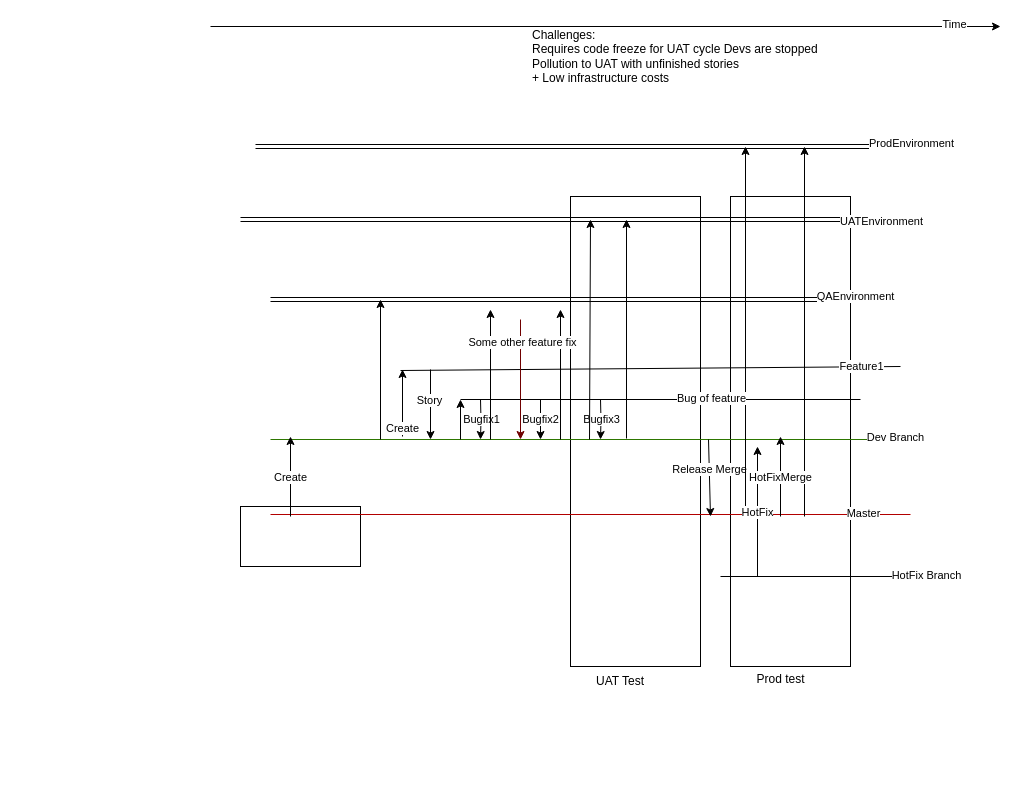
sshevchenko777/POC keeps this draw.io diagram as Current_Feature.drawio. Above is the earlier version. Source tidied: cells renumbered, new cells numbered last; positions are measured from the earlier drawing's top-left corner, leaving out a move shared by most shapes. Both pictures are drawn from the tidied source at 100%, with x=0, y=0 at pixel (210, 21).
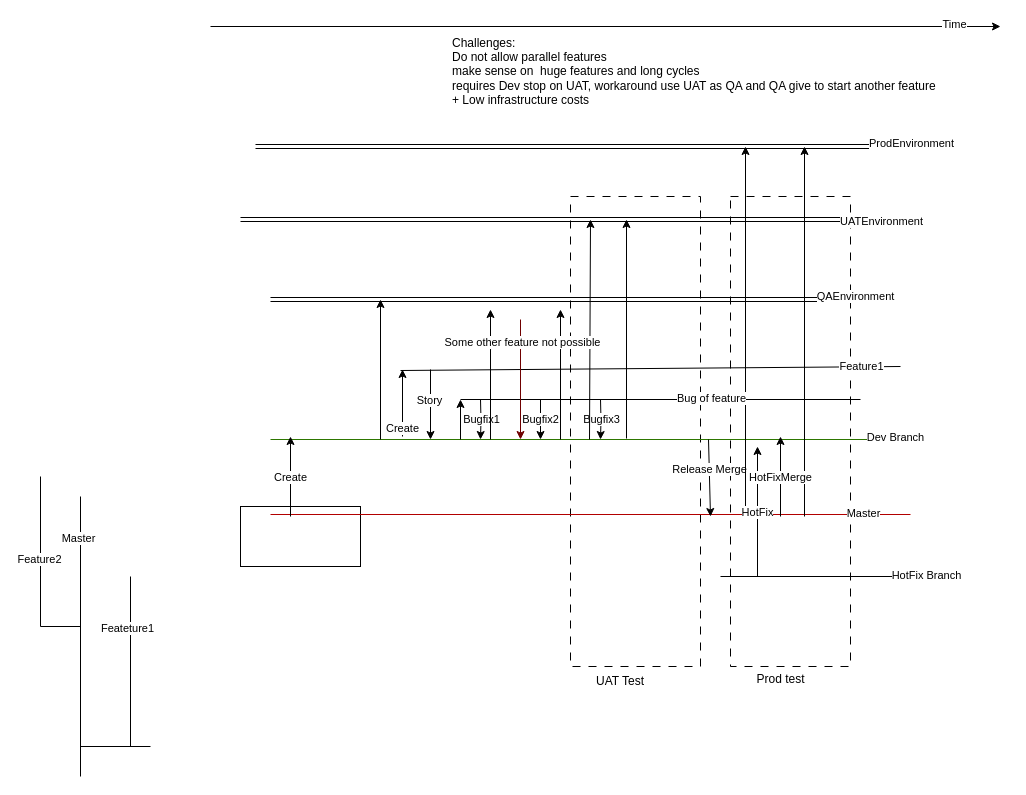
Above is the later version.

The change refers to these unchanged cells:
```xml
<mxCell id="39" style="endArrow=classic;html=1;rounded=0;fillColor=#a20025;strokeColor=#6F0000;" parent="1" edge="1">
  <mxGeometry relative="1" as="geometry">
    <mxPoint x="310" y="298" as="sourcePoint" />
    <mxPoint x="310" y="418" as="targetPoint" />
  </mxGeometry>
</mxCell>
```

Diff of the diagram source:
```diff
@@
-    <mxCell id="2" style="rounded=0;whiteSpace=wrap;html=1;" parent="1" vertex="1">
+    <mxCell id="2" style="rounded=0;whiteSpace=wrap;html=1;dashed=1;dashPattern=8 8;" parent="1" vertex="1">
       <mxGeometry x="520" y="175" width="120" height="470" as="geometry" />
     </mxCell>
@@
-    <mxCell id="4" style="whiteSpace=wrap;html=1;" parent="1" vertex="1">
+    <mxCell id="4" style="whiteSpace=wrap;html=1;fillStyle=dashed;dashed=1;dashPattern=8 8;" parent="1" vertex="1">
       <mxGeometry x="360" y="175" width="130" height="470" as="geometry" />
     </mxCell>
@@
-    <mxCell id="40" value="Some other feature fix" style="edgeLabel;html=1;align=center;verticalAlign=middle;" parent="39" vertex="1">
+    <mxCell id="40" value="Some other feature not possible" style="edgeLabel;html=1;align=center;verticalAlign=middle;" parent="39" vertex="1">
       <mxGeometry x="-0.64" y="1" relative="1" as="geometry" />
     </mxCell>
@@
-    <mxCell id="42" value="&lt;div&gt;Challenges:&lt;/div&gt;Requires code freeze for UAT cycle Devs are stopped&lt;div&gt;&lt;span style=&quot;background-color: transparent; color: light-dark(rgb(0, 0, 0), rgb(255, 255, 255));&quot;&gt;Pollution to UAT with unfinished stories&lt;/span&gt;&lt;/div&gt;&lt;div&gt;&lt;span style=&quot;background-color: transparent; color: light-dark(rgb(0, 0, 0), rgb(255, 255, 255));&quot;&gt;+ Low infrastructure costs&lt;/span&gt;&lt;/div&gt;" style="text;html=1;align=left;verticalAlign=middle;strokeColor=none;fillColor=none;" parent="1" vertex="1">
-      <mxGeometry x="320" width="310" height="70" as="geometry" />
+    <mxCell id="42" value="&lt;div&gt;Challenges:&lt;/div&gt;&lt;div&gt;Do not allow parallel features&lt;/div&gt;&lt;div&gt;&lt;span style=&quot;background-color: transparent; color: light-dark(rgb(0, 0, 0), rgb(255, 255, 255));&quot;&gt;make sense on&amp;nbsp; huge features and long cycles&lt;/span&gt;&lt;/div&gt;&lt;div&gt;requires Dev stop on UAT, workaround use UAT as QA and QA give to start another feature&lt;/div&gt;&lt;div&gt;&lt;span style=&quot;background-color: transparent; color: light-dark(rgb(0, 0, 0), rgb(255, 255, 255));&quot;&gt;+ Low infrastructure costs&lt;/span&gt;&lt;/div&gt;" style="text;html=1;align=left;verticalAlign=middle;strokeColor=none;fillColor=none;" parent="1" vertex="1">
+      <mxGeometry x="240" y="5" width="510" height="90" as="geometry" />
     </mxCell>
@@
+    <mxCell id="54" style="endArrow=none;html=1;rounded=0;" parent="1" edge="1">
+      <mxGeometry relative="1" as="geometry">
+        <mxPoint x="-130" y="755" as="sourcePoint" />
+        <mxPoint x="-130" y="475" as="targetPoint" />
+      </mxGeometry>
+    </mxCell>
+    <mxCell id="55" value="Master" style="edgeLabel;html=1;align=center;verticalAlign=middle;" parent="54" vertex="1">
+      <mxGeometry x="0.7" y="3" relative="1" as="geometry">
+        <mxPoint y="-1" as="offset" />
+      </mxGeometry>
+    </mxCell>
+    <mxCell id="56" style="endArrow=none;html=1;rounded=0;" parent="1" edge="1">
+      <mxGeometry relative="1" as="geometry">
+        <mxPoint x="-130" y="725" as="sourcePoint" />
+        <mxPoint x="-60" y="725" as="targetPoint" />
+      </mxGeometry>
+    </mxCell>
+    <mxCell id="57" style="endArrow=none;html=1;rounded=0;" parent="1" edge="1">
+      <mxGeometry relative="1" as="geometry">
+        <mxPoint x="-80" y="725" as="sourcePoint" />
+        <mxPoint x="-80" y="555" as="targetPoint" />
+      </mxGeometry>
+    </mxCell>
+    <mxCell id="58" value="Feateture1" style="edgeLabel;html=1;align=center;verticalAlign=middle;" parent="57" vertex="1">
+      <mxGeometry x="0.39" y="4" relative="1" as="geometry">
+        <mxPoint y="-1" as="offset" />
+      </mxGeometry>
+    </mxCell>
+    <mxCell id="59" style="endArrow=none;html=1;rounded=0;" parent="1" edge="1">
+      <mxGeometry relative="1" as="geometry">
+        <mxPoint x="-170" y="605" as="sourcePoint" />
+        <mxPoint x="-170" y="455" as="targetPoint" />
+      </mxGeometry>
+    </mxCell>
+    <mxCell id="60" value="Feature2" style="edgeLabel;html=1;align=center;verticalAlign=middle;" parent="59" vertex="1">
+      <mxGeometry x="-0.1" y="2" relative="1" as="geometry" />
+    </mxCell>
+    <mxCell id="61" style="endArrow=none;html=1;rounded=0;" parent="1" edge="1">
+      <mxGeometry relative="1" as="geometry">
+        <mxPoint x="-170" y="605" as="sourcePoint" />
+        <mxPoint x="-130" y="605" as="targetPoint" />
+      </mxGeometry>
+    </mxCell>
```
